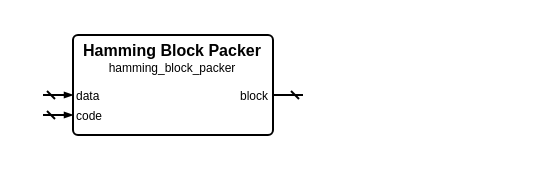
The draw.io diagram sources/error_control/hamming/hamming_block_packer.symbol.drawio in Louis-DR/OmniCores-BuildingBlocks, before the edit. Source tidied: cells renumbered, new cells numbered last; positions are measured from the earlier drawing's top-left corner, leaving out a move shared by most shapes. Both pictures are drawn from the tidied source at 200%, with x=0, y=0 at pixel (42, 34).
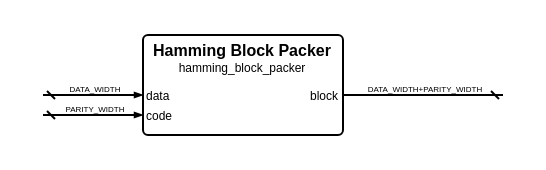
Above is the later version.

The edit, as a diff of the source:
```diff
@@
 <mxGraphModel>
   <root>
     <mxCell id="0" />
     <mxCell id="1" parent="0" />
     <mxCell id="2" style="group;" parent="1" vertex="1">
-      <mxGeometry width="130" height="50" as="geometry" />
+      <mxGeometry width="230" height="50" as="geometry" />
     </mxCell>
     <mxCell id="3" style="rounded=1;arcSize=5;fillColor=none;strokeWidth=1;strokeColor=black;whiteSpace=wrap;html=1;" parent="2" vertex="1">
-      <mxGeometry x="15" width="100" height="50" as="geometry" />
+      <mxGeometry x="50" width="100" height="50" as="geometry" />
     </mxCell>
     <mxCell id="4" value="Hamming Block Packer" style="text;html=1;align=center;verticalAlign=middle;whiteSpace=wrap;rounded=0;fontSize=8;fontStyle=1;fontColor=black;" parent="2" vertex="1">
-      <mxGeometry x="15" y="7" width="100" as="geometry" />
+      <mxGeometry x="50" y="7" width="100" as="geometry" />
     </mxCell>
     <mxCell id="5" value="hamming_block_packer" style="text;html=1;align=center;verticalAlign=middle;whiteSpace=wrap;rounded=0;fontSize=6;fontStyle=0;fontColor=black;" parent="2" vertex="1">
-      <mxGeometry x="15" y="16" width="100" as="geometry" />
+      <mxGeometry x="50" y="16" width="100" as="geometry" />
     </mxCell>
     <mxCell id="6" value="data" style="text;html=1;align=left;verticalAlign=middle;whiteSpace=wrap;rounded=0;fontSize=6;fontStyle=0;fontColor=black;" parent="2" vertex="1">
-      <mxGeometry x="15" y="30" width="100" as="geometry" />
+      <mxGeometry x="50" y="30" width="100" as="geometry" />
     </mxCell>
     <mxCell id="7" style="html=1;rounded=1;strokeWidth=1;strokeColor=black;startFill=0;startSize=2;startArrow=dash;endFill=1;endSize=2;endArrow=blockThin;sourcePerimeterSpacing=0;" parent="2" edge="1">
       <mxGeometry relative="1" as="geometry">
         <mxPoint y="30" as="sourcePoint" />
-        <mxPoint x="15" y="30" as="targetPoint" />
+        <mxPoint x="50" y="30" as="targetPoint" />
       </mxGeometry>
     </mxCell>
+    <mxCell id="12" value="DATA_WIDTH" style="text;html=1;align=center;verticalAlign=middle;whiteSpace=nowrap;rounded=0;fontSize=4;fontStyle=0;fontColor=black;" parent="2" vertex="1">
+      <mxGeometry x="25" y="27" as="geometry" />
+    </mxCell>
     <mxCell id="8" value="block" style="text;html=1;align=right;verticalAlign=middle;whiteSpace=wrap;rounded=0;fontSize=6;fontStyle=0;fontColor=black;" parent="2" vertex="1">
-      <mxGeometry x="15" y="30" width="100" as="geometry" />
+      <mxGeometry x="50" y="30" width="100" as="geometry" />
     </mxCell>
     <mxCell id="9" style="html=1;rounded=1;strokeWidth=1;strokeColor=black;startFill=0;startSize=2;startArrow=dash;endFill=1;endSize=2;endArrow=none;sourcePerimeterSpacing=0;" parent="2" edge="1">
       <mxGeometry relative="1" as="geometry">
-        <mxPoint x="130" y="30" as="sourcePoint" />
-        <mxPoint x="115" y="30" as="targetPoint" />
+        <mxPoint x="230" y="30" as="sourcePoint" />
+        <mxPoint x="150" y="30" as="targetPoint" />
       </mxGeometry>
     </mxCell>
+    <mxCell id="13" value="DATA_WIDTH+PARITY_WIDTH" style="text;html=1;align=center;verticalAlign=middle;whiteSpace=nowrap;rounded=0;fontSize=4;fontStyle=0;fontColor=black;" parent="2" vertex="1">
+      <mxGeometry x="190" y="27" as="geometry" />
+    </mxCell>
     <mxCell id="10" value="code" style="text;html=1;align=left;verticalAlign=middle;whiteSpace=wrap;rounded=0;fontSize=6;fontStyle=0;fontColor=black;" parent="2" vertex="1">
-      <mxGeometry x="15" y="40" width="100" as="geometry" />
+      <mxGeometry x="50" y="40" width="100" as="geometry" />
     </mxCell>
     <mxCell id="11" style="html=1;rounded=1;strokeWidth=1;strokeColor=black;startFill=0;startSize=2;startArrow=dash;endFill=1;endSize=2;endArrow=blockThin;sourcePerimeterSpacing=0;" parent="2" edge="1">
       <mxGeometry relative="1" as="geometry">
         <mxPoint y="40" as="sourcePoint" />
-        <mxPoint x="15" y="40" as="targetPoint" />
+        <mxPoint x="50" y="40" as="targetPoint" />
       </mxGeometry>
     </mxCell>
+    <mxCell id="14" value="PARITY_WIDTH" style="text;html=1;align=center;verticalAlign=middle;whiteSpace=nowrap;rounded=0;fontSize=4;fontStyle=0;fontColor=black;" parent="2" vertex="1">
+      <mxGeometry x="25" y="37" as="geometry" />
+    </mxCell>
   </root>
 </mxGraphModel>
```
